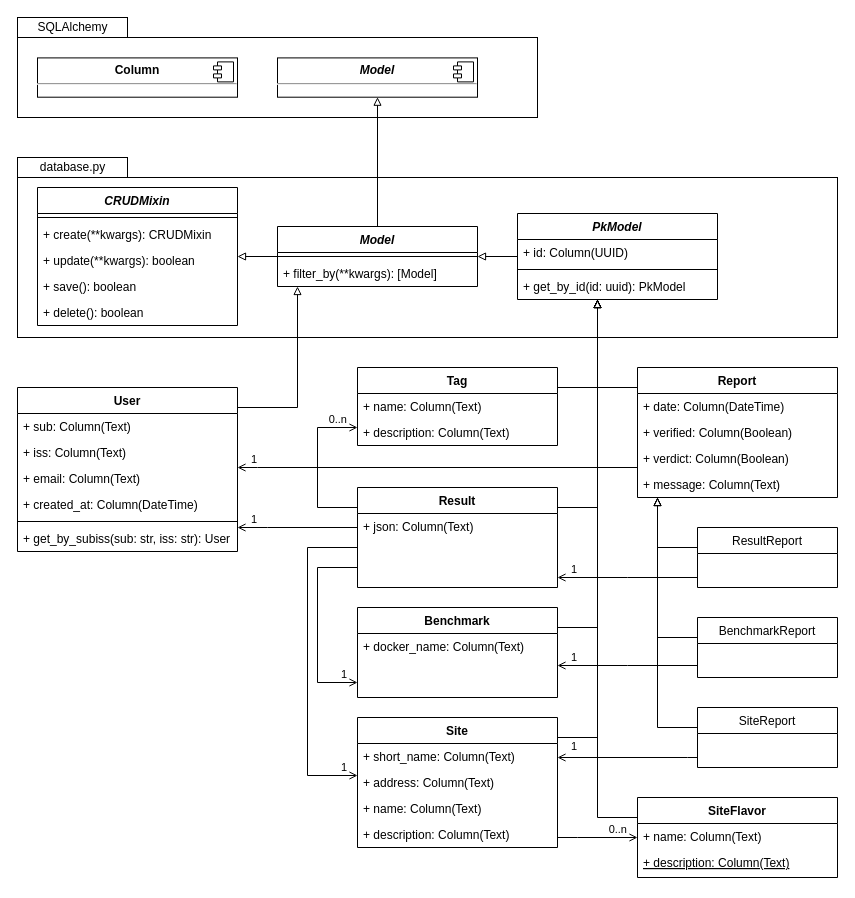
Earlier version of the draw.io diagram docs/diagrams/classes/models.drawio (EOSC-synergy/eosc-perf). Source tidied: cells renumbered, new cells numbered last; positions are measured from the earlier drawing's top-left corner, leaving out a move shared by most shapes. Both pictures are drawn from the tidied source at 100%, with x=0, y=0 at pixel (17, 17).
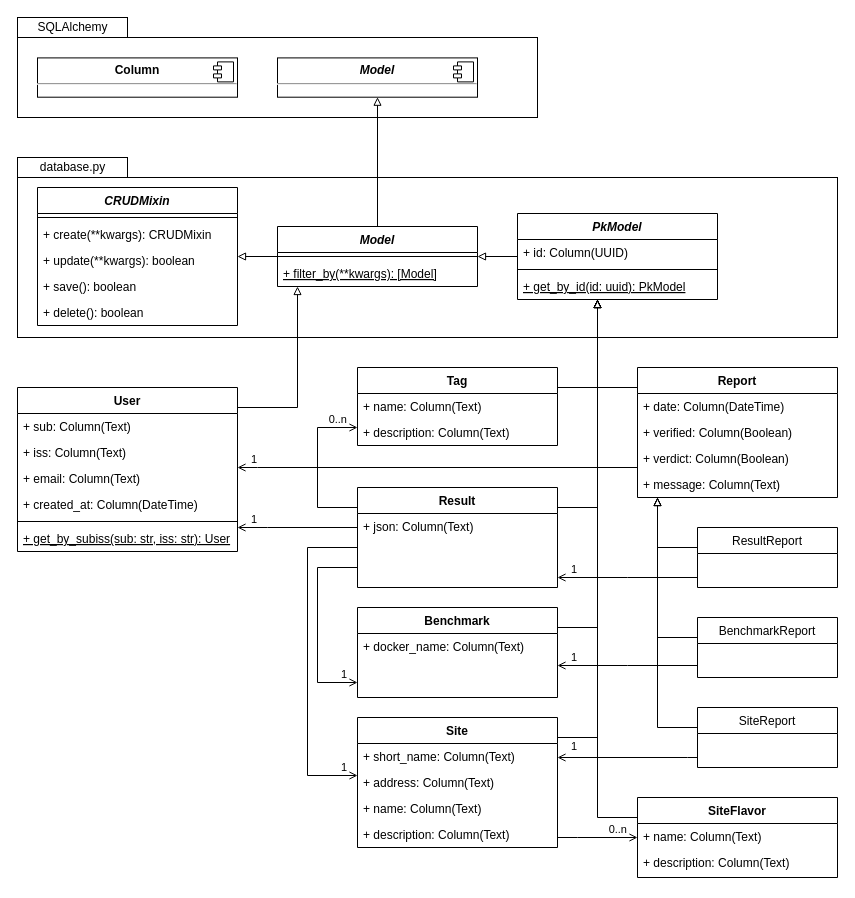
After the change.

Commit message:
Fix UML static underline in model diagram

Unchanged cells that the change refers to:
```xml
<mxCell id="20" value="Model" style="swimlane;fontStyle=3;align=center;verticalAlign=top;horizontal=1;startSize=26;" parent="1" vertex="1">
  <mxGeometry x="260" y="209" width="200" height="60" as="geometry" />
</mxCell>
<mxCell id="24" value="PkModel" style="swimlane;fontStyle=3;align=center;verticalAlign=top;horizontal=1;startSize=26;" parent="1" vertex="1">
  <mxGeometry x="500" y="196" width="200" height="86" as="geometry" />
</mxCell>
<mxCell id="48" value="User" style="swimlane;fontStyle=1;align=center;verticalAlign=top;horizontal=1;startSize=26;" parent="1" vertex="1">
  <mxGeometry y="370" width="220" height="164" as="geometry" />
</mxCell>
<mxCell id="63" value="SiteFlavor" style="swimlane;fontStyle=1;align=center;verticalAlign=top;horizontal=1;startSize=26;" parent="1" vertex="1">
  <mxGeometry x="620" y="780" width="200" height="80" as="geometry" />
</mxCell>
```

What changed in the source:
```diff
@@
-    <mxCell id="22" value="+ filter_by(**kwargs): [Model]" style="text;strokeColor=none;fillColor=none;align=left;verticalAlign=top;spacingLeft=4;spacingRight=4;overflow=hidden;" parent="20" vertex="1">
+    <mxCell id="22" value="+ filter_by(**kwargs): [Model]" style="text;strokeColor=none;fillColor=none;align=left;verticalAlign=top;spacingLeft=4;spacingRight=4;overflow=hidden;fontStyle=4;" parent="20" vertex="1">
       <mxGeometry y="34" width="200" height="26" as="geometry" />
     </mxCell>
@@
-    <mxCell id="27" value="+ get_by_id(id: uuid): PkModel" style="text;strokeColor=none;fillColor=none;align=left;verticalAlign=top;spacingLeft=4;spacingRight=4;overflow=hidden;" parent="24" vertex="1">
+    <mxCell id="27" value="+ get_by_id(id: uuid): PkModel" style="text;strokeColor=none;fillColor=none;align=left;verticalAlign=top;spacingLeft=4;spacingRight=4;overflow=hidden;fontStyle=4;" parent="24" vertex="1">
       <mxGeometry y="60" width="200" height="26" as="geometry" />
     </mxCell>
@@
-    <mxCell id="54" value="+ get_by_subiss(sub: str, iss: str): User" style="text;strokeColor=none;fillColor=none;align=left;verticalAlign=top;spacingLeft=4;spacingRight=4;overflow=hidden;" parent="48" vertex="1">
+    <mxCell id="54" value="+ get_by_subiss(sub: str, iss: str): User" style="text;strokeColor=none;fillColor=none;align=left;verticalAlign=top;spacingLeft=4;spacingRight=4;overflow=hidden;fontStyle=4;" parent="48" vertex="1">
       <mxGeometry y="138" width="220" height="26" as="geometry" />
     </mxCell>
@@
-    <mxCell id="65" value="+ description: Column(Text)" style="text;strokeColor=none;fillColor=none;align=left;verticalAlign=top;spacingLeft=4;spacingRight=4;overflow=hidden;fontStyle=4;" parent="63" vertex="1">
+    <mxCell id="65" value="+ description: Column(Text)" style="text;strokeColor=none;fillColor=none;align=left;verticalAlign=top;spacingLeft=4;spacingRight=4;overflow=hidden;fontStyle=0;" parent="63" vertex="1">
       <mxGeometry y="52" width="200" height="28" as="geometry" />
     </mxCell>
```
